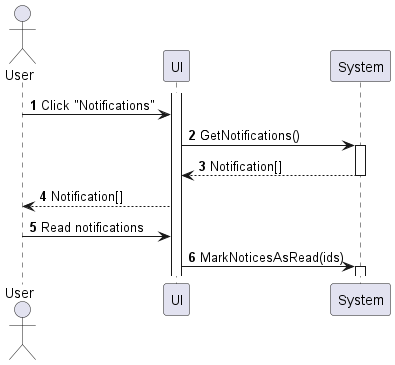
This is sequences/my-notification-view.png from phihungha/scmss-reqs, a PlantUML export, as it was before one commit.
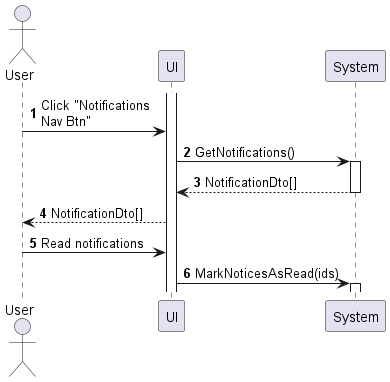
After the change.

Diff of the diagram source:
```diff
@@ -6,11 +6,11 @@
 participant System as b
 
 activate f
-a -> f : Click "Notifications"
+a -> f : Click "Notifications\nNav Btn"
 f -> b : GetNotifications()
 activate b
-return Notification[]
-f --> a : Notification[]
+return NotificationDto[]
+f --> a : NotificationDto[]
 
 a -> f : Read notifications
 f -> b : MarkNoticesAsRead(ids)
```
